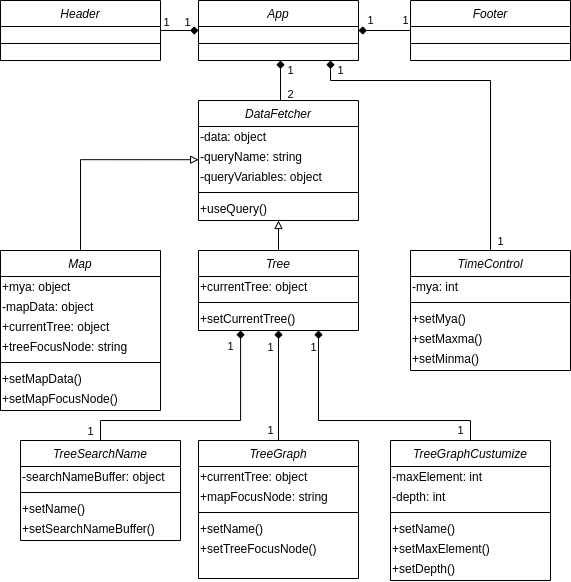
Earlier version of the draw.io export report/figures/implementation/components.png (dominicdongwuxing/biodiversity-in-time). Source tidied: cells renumbered, new cells last; positions are measured from the earlier drawing's top-left corner, leaving out a move shared by most shapes.
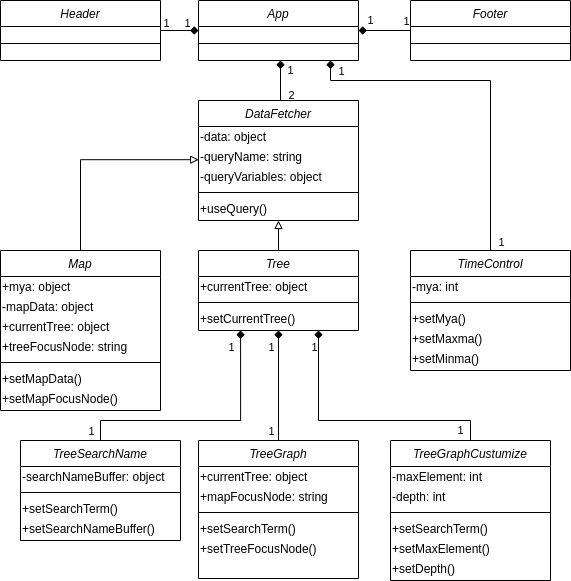
After the commit.

Diff of the diagram source:
```diff
@@ -195,7 +195,7 @@
     <mxCell id="50" style="line;html=1;strokeWidth=1;align=left;verticalAlign=middle;spacingTop=-1;spacingLeft=3;spacingRight=3;labelPosition=right;" parent="48" vertex="1">
       <mxGeometry y="46" width="160" height="12" as="geometry" />
     </mxCell>
-    <mxCell id="51" value="+setName()" style="text;html=1;align=left;verticalAlign=bottom;strokeColor=none;fillColor=none;" parent="48" vertex="1">
+    <mxCell id="51" value="+setSearchTerm()" style="text;html=1;align=left;verticalAlign=bottom;strokeColor=none;fillColor=none;" parent="48" vertex="1">
       <mxGeometry y="58" width="160" height="20" as="geometry" />
     </mxCell>
     <mxCell id="52" value="+setSearchNameBuffer()" style="text;html=1;align=left;verticalAlign=bottom;strokeColor=none;fillColor=none;" parent="48" vertex="1">
@@ -226,7 +226,7 @@
     <mxCell id="59" style="line;html=1;strokeWidth=1;align=left;verticalAlign=middle;spacingTop=-1;spacingLeft=3;spacingRight=3;labelPosition=right;" parent="56" vertex="1">
       <mxGeometry y="66" width="160" height="12" as="geometry" />
     </mxCell>
-    <mxCell id="60" value="+setName()" style="text;html=1;align=left;verticalAlign=bottom;strokeColor=none;fillColor=none;" parent="56" vertex="1">
+    <mxCell id="60" value="+setSearchTerm()" style="text;html=1;align=left;verticalAlign=bottom;strokeColor=none;fillColor=none;" parent="56" vertex="1">
       <mxGeometry y="78" width="160" height="20" as="geometry" />
     </mxCell>
     <mxCell id="61" value="+setTreeFocusNode()" style="text;html=1;align=left;verticalAlign=bottom;strokeColor=none;fillColor=none;" parent="56" vertex="1">
@@ -257,7 +257,7 @@
     <mxCell id="67" style="line;html=1;strokeWidth=1;align=left;verticalAlign=middle;spacingTop=-1;spacingLeft=3;spacingRight=3;labelPosition=right;" parent="64" vertex="1">
       <mxGeometry y="66" width="160" height="12" as="geometry" />
     </mxCell>
-    <mxCell id="68" value="+setName()" style="text;html=1;align=left;verticalAlign=bottom;strokeColor=none;fillColor=none;" parent="64" vertex="1">
+    <mxCell id="68" value="+setSearchTerm()" style="text;html=1;align=left;verticalAlign=bottom;strokeColor=none;fillColor=none;" parent="64" vertex="1">
       <mxGeometry y="78" width="160" height="20" as="geometry" />
     </mxCell>
     <mxCell id="69" value="+setMaxElement()" style="text;html=1;align=left;verticalAlign=bottom;strokeColor=none;fillColor=none;" parent="64" vertex="1">
```
